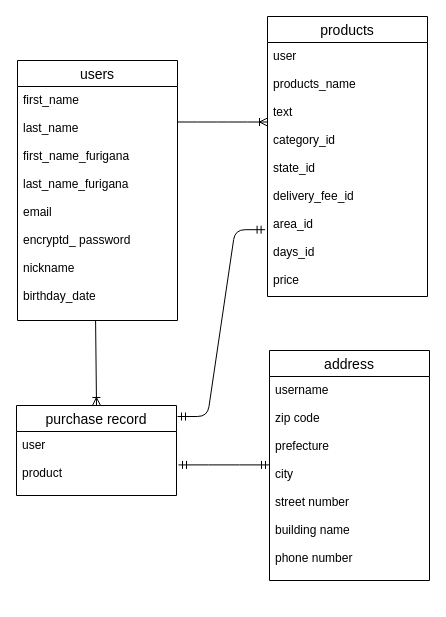
Before: test.dio in taka-def/furima-29637, a draw.io diagram. Source tidied: cells renumbered, new cells numbered last; positions are measured from the earlier drawing's top-left corner, leaving out a move shared by most shapes. Both pictures are drawn from the tidied source at 100%, with x=0, y=0 at pixel (16, 16).
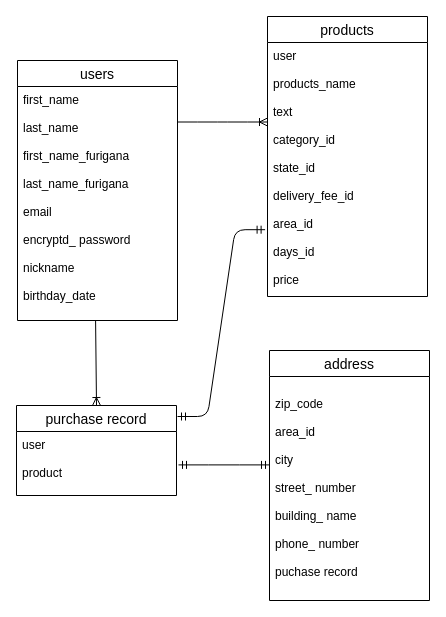
The same diagram, later.

Diff of the diagram source:
```diff
@@
 <mxGraphModel>
   <root>
     <mxCell id="0" />
     <mxCell id="1" parent="0" />
     <mxCell id="2" value="users" style="swimlane;fontStyle=0;horizontal=1;startSize=26;align=center;fontSize=14;" parent="1" vertex="1">
       <mxGeometry x="1" y="44" width="160" height="260" as="geometry" />
     </mxCell>
     <mxCell id="3" value="first_name&#10;&#10;last_name&#10;&#10;first_name_furigana&#10;&#10;last_name_furigana&#10;&#10;email&#10;&#10;encryptd_ password&#10;&#10;nickname&#10;&#10;birthday_date" style="text;strokeColor=none;fillColor=none;spacingLeft=4;spacingRight=4;overflow=hidden;points=[[0,0.5],[1,0.5]];portConstraint=eastwest;fontSize=12;labelBackgroundColor=none;fontColor=#000000;" parent="2" vertex="1">
       <mxGeometry y="26" width="160" height="234" as="geometry" />
     </mxCell>
     <mxCell id="4" value="products" style="swimlane;fontStyle=0;horizontal=1;startSize=26;align=center;fontSize=14;" parent="1" vertex="1">
       <mxGeometry x="251" width="160" height="280" as="geometry" />
     </mxCell>
     <mxCell id="5" value="user&#10;&#10;products_name&#10;&#10;text&#10;&#10;category_id&#10;&#10;state_id&#10;&#10;delivery_fee_id&#10;&#10;area_id&#10;&#10;days_id&#10;&#10;price&#10;" style="text;strokeColor=none;fillColor=none;spacingLeft=4;spacingRight=4;overflow=hidden;points=[[0,0.5],[1,0.5]];portConstraint=eastwest;fontSize=12;" parent="4" vertex="1">
       <mxGeometry y="26" width="160" height="254" as="geometry" />
     </mxCell>
     <mxCell id="6" style="edgeStyle=entityRelationEdgeStyle;fontSize=12;html=1;endArrow=ERoneToMany;" parent="1" edge="1">
       <mxGeometry relative="1" as="geometry">
         <mxPoint x="161" y="105.5" as="sourcePoint" />
         <mxPoint x="251" y="105.5" as="targetPoint" />
       </mxGeometry>
     </mxCell>
     <mxCell id="7" value="purchase record" style="swimlane;fontStyle=0;horizontal=1;startSize=26;align=center;fontSize=14;" parent="1" vertex="1">
       <mxGeometry y="389" width="160" height="90" as="geometry" />
     </mxCell>
     <mxCell id="8" value="user&#10;&#10;product&#10;" style="text;strokeColor=none;fillColor=none;spacingLeft=4;spacingRight=4;overflow=hidden;fontSize=12;" parent="7" vertex="1">
       <mxGeometry y="26" width="160" height="64" as="geometry" />
     </mxCell>
     <mxCell id="9" style="fontSize=12;html=1;endArrow=ERoneToMany;entryX=0.5;entryY=0;entryDx=0;entryDy=0;exitX=0.488;exitY=0.998;exitDx=0;exitDy=0;exitPerimeter=0;" parent="1" edge="1" source="3" target="7">
       <mxGeometry relative="1" as="geometry" />
     </mxCell>
     <mxCell id="10" value="address" style="swimlane;fontStyle=0;horizontal=1;startSize=26;align=center;fontSize=14;" parent="1" vertex="1">
-      <mxGeometry x="253" y="334" width="160" height="230" as="geometry" />
+      <mxGeometry x="253" y="334" width="160" height="250" as="geometry" />
     </mxCell>
-    <mxCell id="11" value="username&#10;&#10;zip code&#10;&#10;prefecture&#10;&#10;city&#10;&#10;street number&#10;&#10;building name&#10;&#10;phone number" style="text;strokeColor=none;fillColor=none;spacingLeft=4;spacingRight=4;overflow=hidden;fontSize=12;" parent="10" vertex="1">
-      <mxGeometry y="26" width="160" height="204" as="geometry" />
+    <mxCell id="11" value="&#10;zip_code&#10;&#10;area_id&#10;&#10;city&#10;&#10;street_ number&#10;&#10;building_ name&#10;&#10;phone_ number&#10;&#10;puchase record" style="text;strokeColor=none;fillColor=none;spacingLeft=4;spacingRight=4;overflow=hidden;fontSize=12;" parent="10" vertex="1">
+      <mxGeometry y="26" width="160" height="224" as="geometry" />
     </mxCell>
     <mxCell id="12" style="edgeStyle=entityRelationEdgeStyle;fontSize=12;html=1;endArrow=ERmandOne;startArrow=ERmandOne;strokeColor=#000000;rounded=0;" parent="1" edge="1">
       <mxGeometry relative="1" as="geometry">
         <mxPoint x="162" y="448.4" as="sourcePoint" />
         <mxPoint x="253" y="448.4" as="targetPoint" />
       </mxGeometry>
     </mxCell>
     <mxCell id="13" style="edgeStyle=entityRelationEdgeStyle;fontSize=12;html=1;endArrow=ERmandOne;startArrow=ERmandOne;strokeColor=#000000;entryX=-0.015;entryY=0.737;entryDx=0;entryDy=0;entryPerimeter=0;" parent="1" edge="1" target="5">
       <mxGeometry relative="1" as="geometry">
         <mxPoint x="161" y="400" as="sourcePoint" />
       </mxGeometry>
     </mxCell>
   </root>
 </mxGraphModel>
```
